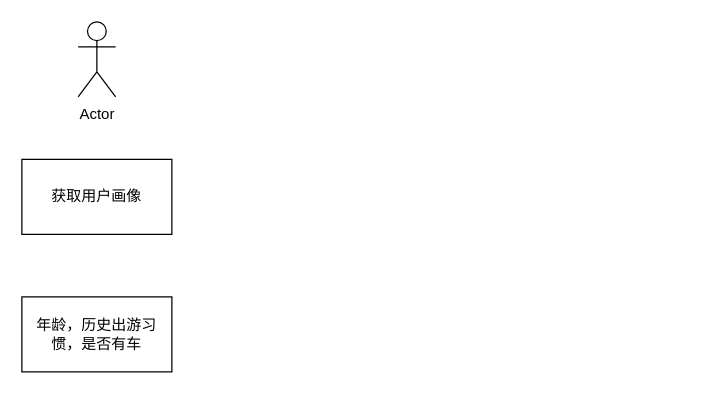
Before: page "Registration" (2 of 3) of explore.drawio in huangshijie/Drawio, a draw.io diagram. Source tidied: cells renumbered, new cells numbered last; positions are measured from the earlier drawing's top-left corner, leaving out a move shared by most shapes. Both pictures are drawn from the tidied source at 125%, with x=0, y=0 at pixel (21, 21).
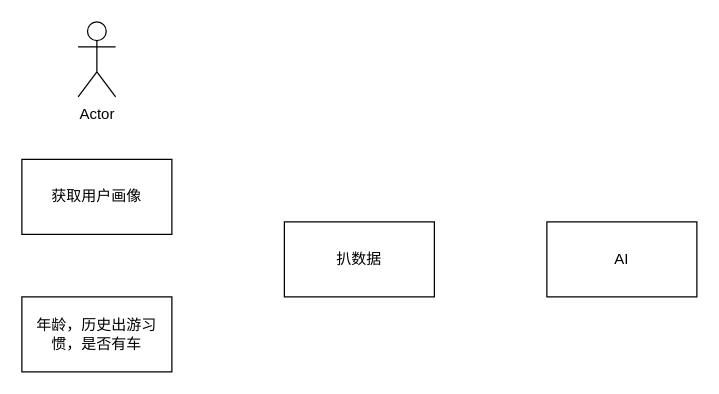
The same page after the edit.

The edit, as a diff of the source:
```diff
@@
 <mxGraphModel>
   <root>
     <mxCell id="0" />
     <mxCell id="1" parent="0" />
     <mxCell id="2" value="获取用户画像" style="rounded=0;whiteSpace=wrap;html=1;" parent="1" vertex="1">
       <mxGeometry y="110" width="120" height="60" as="geometry" />
     </mxCell>
     <mxCell id="3" value="Actor" style="shape=umlActor;verticalLabelPosition=bottom;verticalAlign=top;html=1;" parent="1" vertex="1">
       <mxGeometry x="45" width="30" height="60" as="geometry" />
     </mxCell>
     <mxCell id="4" value="年龄，历史出游习惯，是否有车" style="rounded=0;whiteSpace=wrap;html=1;" parent="1" vertex="1">
       <mxGeometry y="220" width="120" height="60" as="geometry" />
     </mxCell>
+    <mxCell id="5" value="扒数据" style="rounded=0;whiteSpace=wrap;html=1;" parent="1" vertex="1">
+      <mxGeometry x="210" y="160" width="120" height="60" as="geometry" />
+    </mxCell>
+    <mxCell id="6" value="AI" style="rounded=0;whiteSpace=wrap;html=1;" parent="1" vertex="1">
+      <mxGeometry x="420" y="160" width="120" height="60" as="geometry" />
+    </mxCell>
   </root>
 </mxGraphModel>
```
